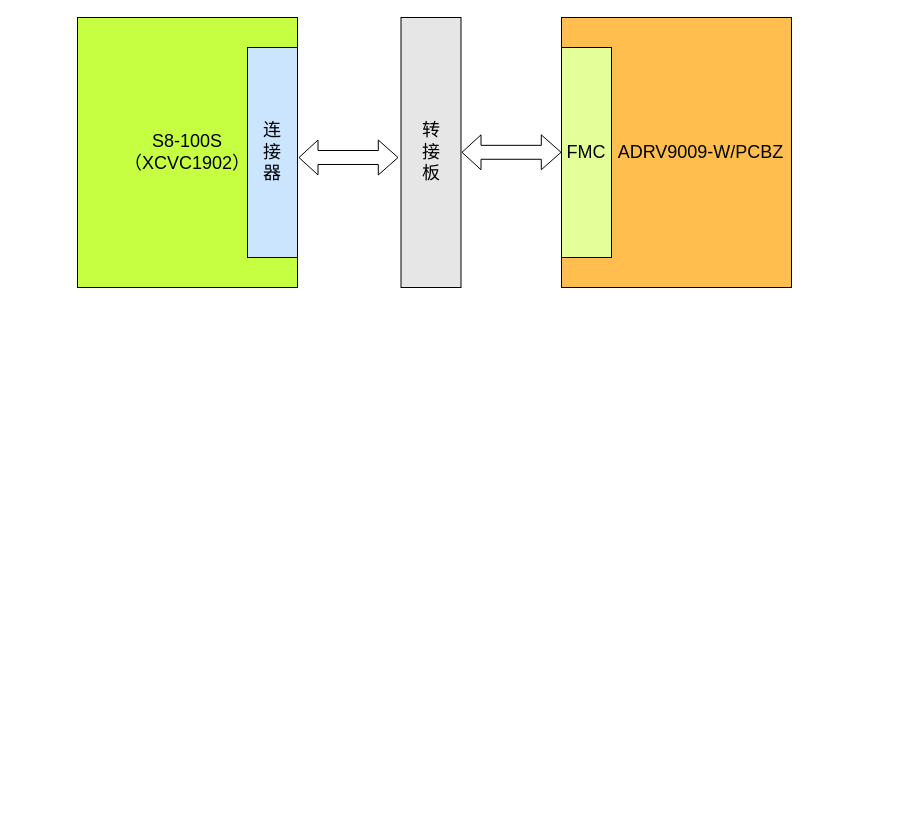
ucasdong/drowio keeps this draw.io diagram as 未命名绘图.drawio. Above is the earlier version. Source tidied: cells renumbered, new cells numbered last; positions are measured from the earlier drawing's top-left corner, leaving out a move shared by most shapes. Both pictures are drawn from the tidied source at 100%, with x=0, y=0 at pixel (77, 17).
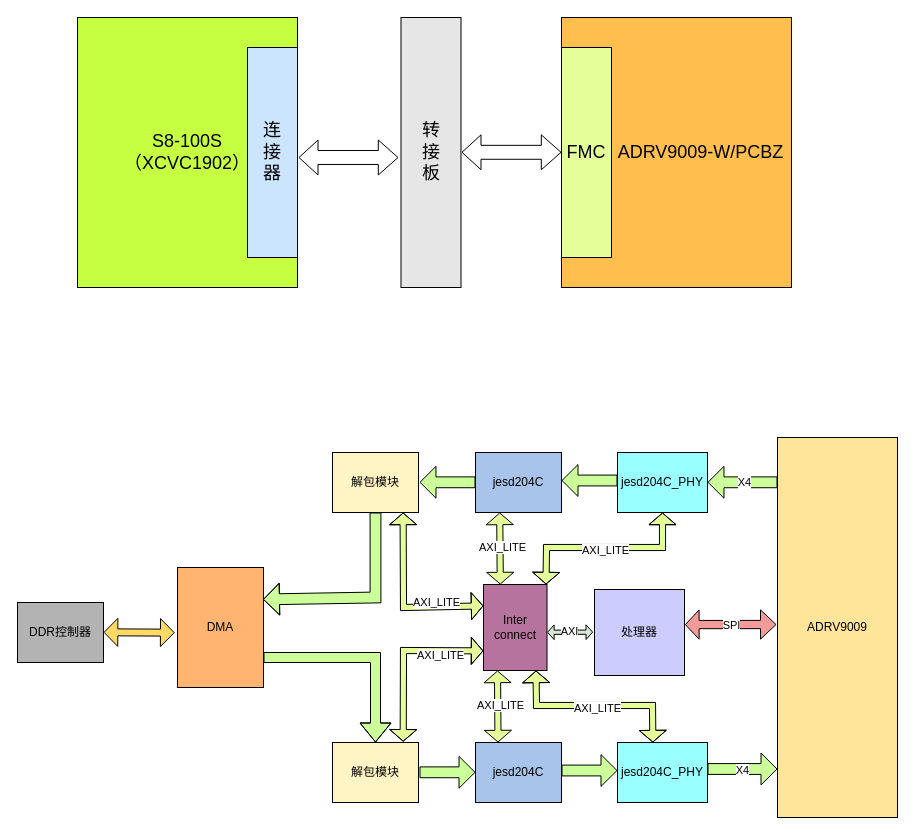
The same diagram, later.

Commit message:
更新未命名绘图.drawio

Change to the diagram source:
```diff
@@
+    <mxCell id="9" value="处理器" style="rounded=0;whiteSpace=wrap;html=1;fillColor=light-dark(#CCCCFF,var(--ge-dark-color, #121212));" parent="1" vertex="1">
+      <mxGeometry x="517" y="572" width="90" height="86" as="geometry" />
+    </mxCell>
+    <mxCell id="10" value="jesd204C" style="rounded=0;whiteSpace=wrap;html=1;fillColor=light-dark(#A9C4EB,var(--ge-dark-color, #121212));" parent="1" vertex="1">
+      <mxGeometry x="398" y="435" width="86" height="60" as="geometry" />
+    </mxCell>
+    <mxCell id="11" value="jesd204C_PHY" style="rounded=0;whiteSpace=wrap;html=1;fillColor=light-dark(#99FFFF,var(--ge-dark-color, #121212));" parent="1" vertex="1">
+      <mxGeometry x="540" y="435" width="90" height="60" as="geometry" />
+    </mxCell>
+    <mxCell id="12" value="ADRV9009" style="rounded=0;whiteSpace=wrap;html=1;fillColor=light-dark(#FFE599,var(--ge-dark-color, #121212));" parent="1" vertex="1">
+      <mxGeometry x="700" y="420" width="120" height="380" as="geometry" />
+    </mxCell>
+    <mxCell id="13" style="shape=flexArrow;endArrow=classic;html=1;rounded=0;width=10.847457627118644;endSize=4.996610169491525;fillColor=#CCFF99;" parent="1" edge="1">
+      <mxGeometry relative="1" as="geometry">
+        <mxPoint x="700" y="464.8" as="sourcePoint" />
+        <mxPoint x="630" y="464.8" as="targetPoint" />
+      </mxGeometry>
+    </mxCell>
+    <mxCell id="14" value="X4" style="edgeLabel;html=1;align=center;verticalAlign=middle;" parent="13" vertex="1">
+      <mxGeometry x="-0.03" relative="1" as="geometry" />
+    </mxCell>
+    <mxCell id="15" style="shape=flexArrow;endArrow=classic;html=1;rounded=0;width=10.847457627118644;endSize=4.996610169491525;fillColor=#CCFF99;" parent="1" edge="1">
+      <mxGeometry relative="1" as="geometry">
+        <mxPoint x="540" y="463" as="sourcePoint" />
+        <mxPoint x="484" y="463" as="targetPoint" />
+      </mxGeometry>
+    </mxCell>
+    <mxCell id="16" value="解包模块" style="rounded=0;whiteSpace=wrap;html=1;fillColor=light-dark(#FFF4C3,var(--ge-dark-color, #121212));" parent="1" vertex="1">
+      <mxGeometry x="255" y="435" width="86" height="60" as="geometry" />
+    </mxCell>
+    <mxCell id="17" style="shape=flexArrow;endArrow=classic;html=1;rounded=0;width=10.847457627118644;endSize=4.996610169491525;fillColor=#CCFF99;" parent="1" edge="1">
+      <mxGeometry relative="1" as="geometry">
+        <mxPoint x="398" y="464.8" as="sourcePoint" />
+        <mxPoint x="342" y="464.8" as="targetPoint" />
+      </mxGeometry>
+    </mxCell>
+    <mxCell id="18" value="DMA" style="rounded=0;whiteSpace=wrap;html=1;fillColor=light-dark(#FFB570,var(--ge-dark-color, #121212));" parent="1" vertex="1">
+      <mxGeometry x="100" y="550" width="86" height="120" as="geometry" />
+    </mxCell>
+    <mxCell id="19" value="DDR控制器" style="rounded=0;whiteSpace=wrap;html=1;fillColor=light-dark(#B3B3B3,var(--ge-dark-color, #121212));" parent="1" vertex="1">
+      <mxGeometry x="-60" y="585" width="86" height="60" as="geometry" />
+    </mxCell>
+    <mxCell id="20" style="shape=flexArrow;endArrow=classic;html=1;rounded=0;width=10.847457627118644;endSize=4.996610169491525;exitX=0.5;exitY=1;exitDx=0;exitDy=0;entryX=0.994;entryY=0.266;entryDx=0;entryDy=0;entryPerimeter=0;fillColor=#CCFF99;" parent="1" edge="1" source="16" target="18">
+      <mxGeometry relative="1" as="geometry">
+        <Array as="points">
+          <mxPoint x="298" y="580" />
+        </Array>
+      </mxGeometry>
+    </mxCell>
+    <mxCell id="21" style="shape=flexArrow;endArrow=classic;startArrow=classic;html=1;rounded=0;width=6.976744186046512;endSize=4.269767441860465;entryX=-0.032;entryY=0.543;entryDx=0;entryDy=0;entryPerimeter=0;startSize=4.269767441860465;fillColor=#FFD966;" parent="1" edge="1" target="18">
+      <mxGeometry relative="1" as="geometry">
+        <mxPoint x="26" y="614.8" as="sourcePoint" />
+      </mxGeometry>
+    </mxCell>
+    <mxCell id="22" value="jesd204C" style="rounded=0;whiteSpace=wrap;html=1;fillColor=light-dark(#A9C4EB,var(--ge-dark-color, #121212));" parent="1" vertex="1">
+      <mxGeometry x="398" y="725" width="86" height="60" as="geometry" />
+    </mxCell>
+    <mxCell id="23" value="jesd204C_PHY" style="rounded=0;whiteSpace=wrap;html=1;fillColor=light-dark(#99FFFF,var(--ge-dark-color, #121212));" parent="1" vertex="1">
+      <mxGeometry x="540" y="725" width="90" height="60" as="geometry" />
+    </mxCell>
+    <mxCell id="24" style="shape=flexArrow;endArrow=classic;html=1;rounded=0;width=10.847457627118644;endSize=4.996610169491525;fillColor=#CCFF99;" parent="1" edge="1">
+      <mxGeometry relative="1" as="geometry">
+        <mxPoint x="484" y="753" as="sourcePoint" />
+        <mxPoint x="540" y="753" as="targetPoint" />
+      </mxGeometry>
+    </mxCell>
+    <mxCell id="25" value="解包模块" style="rounded=0;whiteSpace=wrap;html=1;fillColor=light-dark(#FFF4C3,var(--ge-dark-color, #121212));" parent="1" vertex="1">
+      <mxGeometry x="255" y="725" width="86" height="60" as="geometry" />
+    </mxCell>
+    <mxCell id="26" style="shape=flexArrow;endArrow=classic;html=1;rounded=0;width=10.847457627118644;endSize=4.996610169491525;fillColor=#CCFF99;" parent="1" edge="1">
+      <mxGeometry relative="1" as="geometry">
+        <mxPoint x="342" y="754.8" as="sourcePoint" />
+        <mxPoint x="398" y="754.8" as="targetPoint" />
+      </mxGeometry>
+    </mxCell>
+    <mxCell id="27" style="shape=flexArrow;endArrow=classic;html=1;rounded=0;width=10.847457627118644;endSize=4.996610169491525;fillColor=#CCFF99;" parent="1" edge="1">
+      <mxGeometry relative="1" as="geometry">
+        <mxPoint x="630" y="751.5" as="sourcePoint" />
+        <mxPoint x="700" y="751.5" as="targetPoint" />
+      </mxGeometry>
+    </mxCell>
+    <mxCell id="28" value="X4" style="edgeLabel;html=1;align=center;verticalAlign=middle;" parent="27" vertex="1">
+      <mxGeometry x="-0.03" relative="1" as="geometry">
+        <mxPoint y="1" as="offset" />
+      </mxGeometry>
+    </mxCell>
+    <mxCell id="29" style="shape=flexArrow;endArrow=classic;html=1;rounded=0;entryX=0.5;entryY=0;entryDx=0;entryDy=0;exitX=1;exitY=0.75;exitDx=0;exitDy=0;fillColor=#CCFF99;" parent="1" edge="1" source="18" target="25">
+      <mxGeometry relative="1" as="geometry">
+        <Array as="points">
+          <mxPoint x="298" y="640" />
+        </Array>
+      </mxGeometry>
+    </mxCell>
+    <mxCell id="30" style="shape=flexArrow;endArrow=classic;startArrow=classic;html=1;rounded=0;entryX=0;entryY=0.592;entryDx=0;entryDy=0;entryPerimeter=0;fillColor=#F19C99;exitX=1.004;exitY=0.408;exitDx=0;exitDy=0;exitPerimeter=0;width=8.275862068965518;startSize=4.252873563218391;endSize=4.825287356321839;" parent="1" edge="1" source="9">
+      <mxGeometry relative="1" as="geometry">
+        <mxPoint x="699" y="607" as="targetPoint" />
+      </mxGeometry>
+    </mxCell>
+    <mxCell id="31" value="SPI" style="edgeLabel;html=1;align=center;verticalAlign=middle;" parent="30" vertex="1">
+      <mxGeometry x="-0.19" relative="1" as="geometry">
+        <mxPoint x="9" as="offset" />
+      </mxGeometry>
+    </mxCell>
+    <mxCell id="32" style="shape=flexArrow;endArrow=classic;startArrow=classic;html=1;rounded=0;exitX=0.5;exitY=0;exitDx=0;exitDy=0;width=6.111111111111111;endSize=3.5638888888888887;startSize=3.5638888888888887;fillColor=#E4FF99;" parent="1" edge="1">
+      <mxGeometry relative="1" as="geometry">
+        <mxPoint x="422.8" y="567" as="sourcePoint" />
+        <mxPoint x="422.2" y="495" as="targetPoint" />
+      </mxGeometry>
+    </mxCell>
+    <mxCell id="33" value="AXI_LITE" style="edgeLabel;html=1;align=center;verticalAlign=middle;" parent="32" vertex="1">
+      <mxGeometry x="0.02" y="-2" relative="1" as="geometry" />
+    </mxCell>
+    <mxCell id="34" value="Inter&lt;div&gt;connect&lt;/div&gt;" style="rounded=0;whiteSpace=wrap;html=1;fillColor=light-dark(#B5739D,var(--ge-dark-color, #121212));" parent="1" vertex="1">
+      <mxGeometry x="406" y="567" width="63.5" height="86" as="geometry" />
+    </mxCell>
+    <mxCell id="35" style="shape=flexArrow;endArrow=classic;startArrow=classic;html=1;rounded=0;exitX=0.5;exitY=0;exitDx=0;exitDy=0;width=6.111111111111111;endSize=3.5638888888888887;startSize=3.5638888888888887;fillColor=#E4FF99;entryX=0.5;entryY=1;entryDx=0;entryDy=0;" parent="1" edge="1" target="11">
+      <mxGeometry relative="1" as="geometry">
+        <mxPoint x="468.5" y="567" as="sourcePoint" />
+        <Array as="points">
+          <mxPoint x="469" y="530" />
+          <mxPoint x="585" y="530" />
+        </Array>
+      </mxGeometry>
+    </mxCell>
+    <mxCell id="36" value="AXI_LITE" style="edgeLabel;html=1;align=center;verticalAlign=middle;" parent="35" vertex="1">
+      <mxGeometry x="0.02" y="-2" relative="1" as="geometry" />
+    </mxCell>
+    <mxCell id="37" style="shape=flexArrow;endArrow=classic;startArrow=classic;html=1;rounded=0;exitX=0.5;exitY=0;exitDx=0;exitDy=0;width=6.111111111111111;endSize=3.5638888888888887;startSize=3.5638888888888887;fillColor=#E4FF99;" parent="1" edge="1">
+      <mxGeometry relative="1" as="geometry">
+        <mxPoint x="420.5" y="725" as="sourcePoint" />
+        <mxPoint x="420" y="653" as="targetPoint" />
+      </mxGeometry>
+    </mxCell>
+    <mxCell id="38" value="AXI_LITE" style="edgeLabel;html=1;align=center;verticalAlign=middle;" parent="37" vertex="1">
+      <mxGeometry x="0.02" y="-2" relative="1" as="geometry" />
+    </mxCell>
+    <mxCell id="39" style="shape=flexArrow;endArrow=classic;startArrow=classic;html=1;rounded=0;exitX=1;exitY=1;exitDx=0;exitDy=0;width=6.111111111111111;endSize=3.5638888888888887;startSize=3.5638888888888887;fillColor=#E4FF99;entryX=0.393;entryY=0.001;entryDx=0;entryDy=0;entryPerimeter=0;" parent="1" edge="1" target="23">
+      <mxGeometry relative="1" as="geometry">
+        <mxPoint x="458.5" y="653" as="sourcePoint" />
+        <Array as="points">
+          <mxPoint x="459" y="688" />
+          <mxPoint x="575" y="688" />
+        </Array>
+      </mxGeometry>
+    </mxCell>
+    <mxCell id="40" value="AXI_LITE" style="edgeLabel;html=1;align=center;verticalAlign=middle;" parent="39" vertex="1">
+      <mxGeometry x="0.02" y="-2" relative="1" as="geometry" />
+    </mxCell>
+    <mxCell id="41" style="shape=flexArrow;endArrow=classic;startArrow=classic;html=1;rounded=0;width=4.230769230769231;endSize=1.8788461538461536;startSize=1.8788461538461536;endWidth=9.467455621301776;startWidth=9.467455621301776;fillColor=#D5E8D4;entryX=-0.015;entryY=0.496;entryDx=0;entryDy=0;entryPerimeter=0;" parent="1" edge="1" target="9">
+      <mxGeometry relative="1" as="geometry">
+        <mxPoint x="469.5" y="614.8" as="sourcePoint" />
+      </mxGeometry>
+    </mxCell>
+    <mxCell id="42" value="AXI" style="edgeLabel;html=1;align=center;verticalAlign=middle;" parent="41" vertex="1">
+      <mxGeometry x="0.08" y="1" relative="1" as="geometry">
+        <mxPoint x="-3" as="offset" />
+      </mxGeometry>
+    </mxCell>
+    <mxCell id="43" style="shape=flexArrow;endArrow=classic;startArrow=classic;html=1;rounded=0;exitX=0.821;exitY=1.001;exitDx=0;exitDy=0;width=6.111111111111111;endSize=3.5638888888888887;startSize=3.5638888888888887;fillColor=#E4FF99;exitPerimeter=0;entryX=0;entryY=0.25;entryDx=0;entryDy=0;" parent="1" edge="1">
+      <mxGeometry relative="1" as="geometry">
+        <mxPoint x="325.6" y="495" as="sourcePoint" />
+        <mxPoint x="406" y="588.4" as="targetPoint" />
+        <Array as="points">
+          <mxPoint x="326" y="590" />
+        </Array>
+      </mxGeometry>
+    </mxCell>
+    <mxCell id="44" value="AXI_LITE" style="edgeLabel;html=1;align=center;verticalAlign=middle;" parent="43" vertex="1">
+      <mxGeometry x="0.02" y="-2" relative="1" as="geometry">
+        <mxPoint x="35" as="offset" />
+      </mxGeometry>
+    </mxCell>
+    <mxCell id="45" style="shape=flexArrow;endArrow=classic;startArrow=classic;html=1;rounded=0;exitX=0.822;exitY=-0.013;exitDx=0;exitDy=0;width=6.111111111111111;endSize=3.5638888888888887;startSize=3.5638888888888887;fillColor=#E4FF99;exitPerimeter=0;entryX=0;entryY=0.25;entryDx=0;entryDy=0;" parent="1" edge="1" source="25">
+      <mxGeometry relative="1" as="geometry">
+        <mxPoint x="406" y="633.4" as="targetPoint" />
+        <Array as="points">
+          <mxPoint x="326" y="633" />
+        </Array>
+      </mxGeometry>
+    </mxCell>
+    <mxCell id="46" value="AXI_LITE" style="edgeLabel;html=1;align=center;verticalAlign=middle;" parent="45" vertex="1">
+      <mxGeometry x="0.02" y="-2" relative="1" as="geometry">
+        <mxPoint x="35" as="offset" />
+      </mxGeometry>
+    </mxCell>
```
